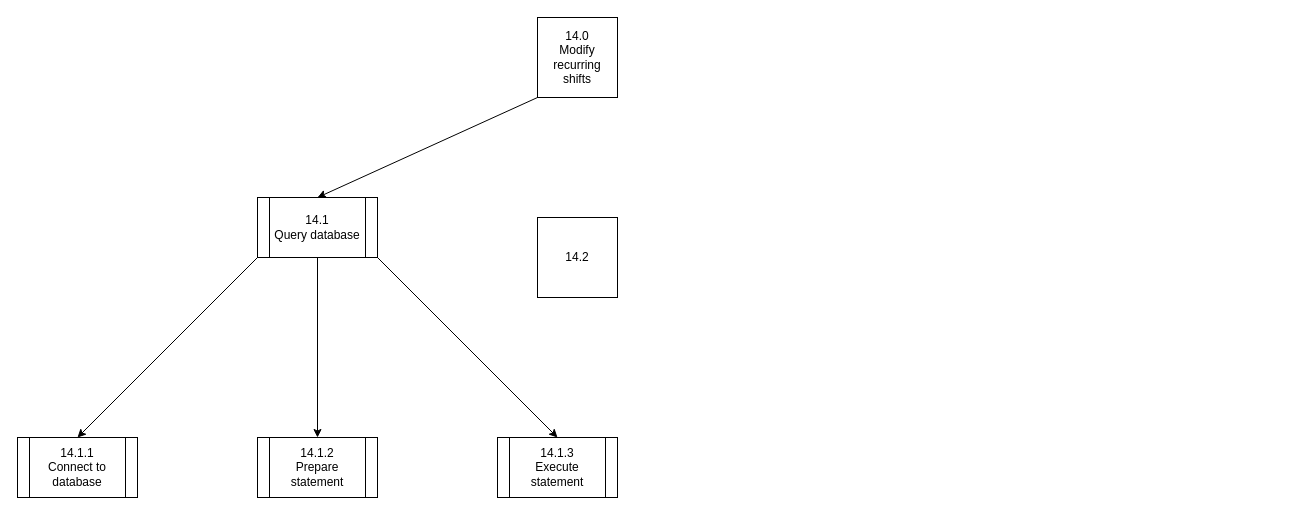
Harlento/SchedulingSystem keeps this draw.io diagram as Diagrams/StructureCharts/Proc14Struct.drawio. Above is the earlier version. Source tidied: cells renumbered, new cells numbered last; positions are measured from the earlier drawing's top-left corner, leaving out a move shared by most shapes. Both pictures are drawn from the tidied source at 100%, with x=0, y=0 at pixel (17, 17).
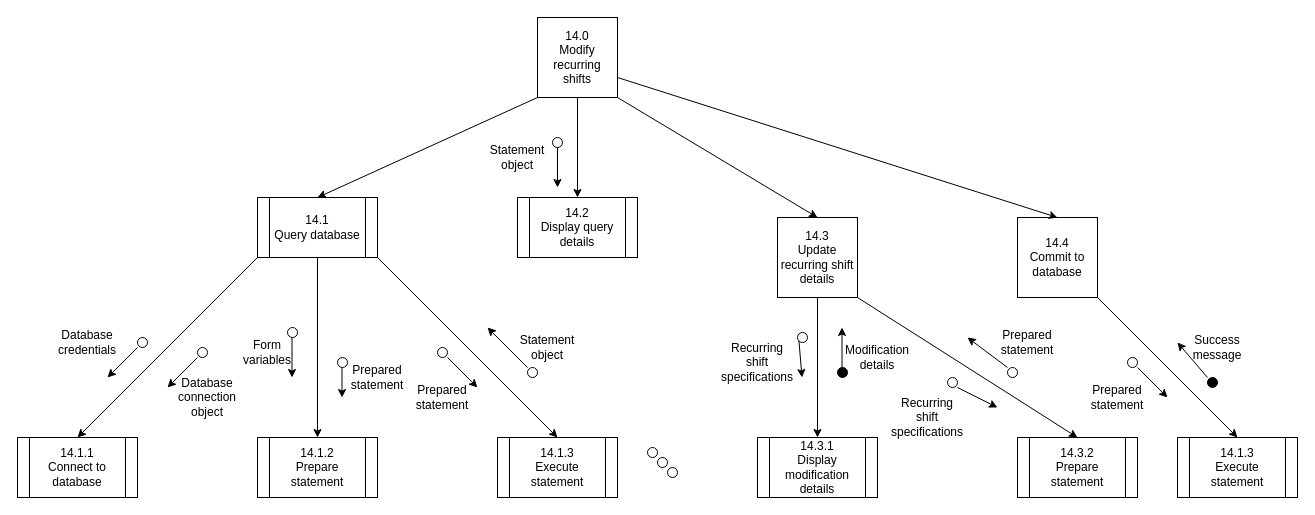
After the change.

Unchanged cells that the change refers to:
```xml
<mxCell id="2" value="14.0&lt;br&gt;Modify recurring shifts" style="whiteSpace=wrap;html=1;" parent="1" vertex="1">
  <mxGeometry x="520" width="80" height="80" as="geometry" />
</mxCell>
```

Change to the diagram source:
```diff
@@
-    <mxCell id="11" value="14.2" style="whiteSpace=wrap;html=1;" parent="1" vertex="1">
-      <mxGeometry x="520" y="200" width="80" height="80" as="geometry" />
-    </mxCell>
+    <mxCell id="12" value="14.2&lt;br&gt;Display query details" style="shape=process;whiteSpace=wrap;html=1;backgroundOutline=1;" parent="1" vertex="1">
+      <mxGeometry x="500" y="180" width="120" height="60" as="geometry" />
+    </mxCell>
+    <mxCell id="13" style="endArrow=classic;html=1;entryX=0.5;entryY=0;entryDx=0;entryDy=0;exitX=0.5;exitY=1;exitDx=0;exitDy=0;" parent="1" edge="1" source="2" target="12">
+      <mxGeometry relative="1" as="geometry" />
+    </mxCell>
+    <mxCell id="14" style="endArrow=classic;html=1;" parent="1" edge="1">
+      <mxGeometry relative="1" as="geometry">
+        <mxPoint x="120" y="330" as="sourcePoint" />
+        <mxPoint x="90" y="360" as="targetPoint" />
+      </mxGeometry>
+    </mxCell>
+    <mxCell id="15" style="endArrow=classic;html=1;" parent="1" edge="1">
+      <mxGeometry relative="1" as="geometry">
+        <mxPoint x="180" y="340" as="sourcePoint" />
+        <mxPoint x="150" y="370" as="targetPoint" />
+      </mxGeometry>
+    </mxCell>
+    <mxCell id="16" style="endArrow=classic;html=1;" parent="1" edge="1">
+      <mxGeometry relative="1" as="geometry">
+        <mxPoint x="274.5" y="320" as="sourcePoint" />
+        <mxPoint x="274.5" y="360" as="targetPoint" />
+      </mxGeometry>
+    </mxCell>
+    <mxCell id="17" style="endArrow=classic;html=1;" parent="1" edge="1">
+      <mxGeometry relative="1" as="geometry">
+        <mxPoint x="324.5" y="350" as="sourcePoint" />
+        <mxPoint x="324.5" y="380" as="targetPoint" />
+      </mxGeometry>
+    </mxCell>
+    <mxCell id="18" style="endArrow=classic;html=1;" parent="1" edge="1">
+      <mxGeometry relative="1" as="geometry">
+        <mxPoint x="430" y="340" as="sourcePoint" />
+        <mxPoint x="460" y="370" as="targetPoint" />
+      </mxGeometry>
+    </mxCell>
+    <mxCell id="19" style="endArrow=classic;html=1;" parent="1" edge="1">
+      <mxGeometry relative="1" as="geometry">
+        <mxPoint x="510" y="350" as="sourcePoint" />
+        <mxPoint x="470" y="310" as="targetPoint" />
+      </mxGeometry>
+    </mxCell>
+    <mxCell id="20" style="ellipse;whiteSpace=wrap;html=1;" parent="1" vertex="1">
+      <mxGeometry x="630" y="430" width="10" height="10" as="geometry" />
+    </mxCell>
+    <mxCell id="21" style="ellipse;whiteSpace=wrap;html=1;" parent="1" vertex="1">
+      <mxGeometry x="535" y="120" width="10" height="10" as="geometry" />
+    </mxCell>
+    <mxCell id="22" style="ellipse;whiteSpace=wrap;html=1;" parent="1" vertex="1">
+      <mxGeometry x="510" y="350" width="10" height="10" as="geometry" />
+    </mxCell>
+    <mxCell id="23" style="ellipse;whiteSpace=wrap;html=1;" parent="1" vertex="1">
+      <mxGeometry x="420" y="330" width="10" height="10" as="geometry" />
+    </mxCell>
+    <mxCell id="24" style="ellipse;whiteSpace=wrap;html=1;" parent="1" vertex="1">
+      <mxGeometry x="320" y="340" width="10" height="10" as="geometry" />
+    </mxCell>
+    <mxCell id="25" style="ellipse;whiteSpace=wrap;html=1;" parent="1" vertex="1">
+      <mxGeometry x="270" y="310" width="10" height="10" as="geometry" />
+    </mxCell>
+    <mxCell id="26" style="ellipse;whiteSpace=wrap;html=1;" parent="1" vertex="1">
+      <mxGeometry x="180" y="330" width="10" height="10" as="geometry" />
+    </mxCell>
+    <mxCell id="27" style="ellipse;whiteSpace=wrap;html=1;" parent="1" vertex="1">
+      <mxGeometry x="120" y="320" width="10" height="10" as="geometry" />
+    </mxCell>
+    <mxCell id="28" style="endArrow=classic;html=1;" parent="1" edge="1">
+      <mxGeometry relative="1" as="geometry">
+        <mxPoint x="540" y="130" as="sourcePoint" />
+        <mxPoint x="540" y="170" as="targetPoint" />
+      </mxGeometry>
+    </mxCell>
+    <mxCell id="29" value="Database credentials" style="text;html=1;strokeColor=none;fillColor=none;align=center;verticalAlign=middle;whiteSpace=wrap;rounded=0;" parent="1" vertex="1">
+      <mxGeometry x="50" y="315" width="40" height="20" as="geometry" />
+    </mxCell>
+    <mxCell id="30" value="Database connection object" style="text;html=1;strokeColor=none;fillColor=none;align=center;verticalAlign=middle;whiteSpace=wrap;rounded=0;" parent="1" vertex="1">
+      <mxGeometry x="170" y="370" width="40" height="20" as="geometry" />
+    </mxCell>
+    <mxCell id="31" value="Form variables" style="text;html=1;strokeColor=none;fillColor=none;align=center;verticalAlign=middle;whiteSpace=wrap;rounded=0;" parent="1" vertex="1">
+      <mxGeometry x="230" y="325" width="40" height="20" as="geometry" />
+    </mxCell>
+    <mxCell id="32" value="Prepared statement" style="text;html=1;strokeColor=none;fillColor=none;align=center;verticalAlign=middle;whiteSpace=wrap;rounded=0;" parent="1" vertex="1">
+      <mxGeometry x="340" y="350" width="40" height="20" as="geometry" />
+    </mxCell>
+    <mxCell id="33" value="Prepared statement" style="text;html=1;strokeColor=none;fillColor=none;align=center;verticalAlign=middle;whiteSpace=wrap;rounded=0;" parent="1" vertex="1">
+      <mxGeometry x="405" y="370" width="40" height="20" as="geometry" />
+    </mxCell>
+    <mxCell id="34" value="Statement object" style="text;html=1;strokeColor=none;fillColor=none;align=center;verticalAlign=middle;whiteSpace=wrap;rounded=0;" parent="1" vertex="1">
+      <mxGeometry x="510" y="320" width="40" height="20" as="geometry" />
+    </mxCell>
+    <mxCell id="35" value="Statement object" style="text;html=1;strokeColor=none;fillColor=none;align=center;verticalAlign=middle;whiteSpace=wrap;rounded=0;" parent="1" vertex="1">
+      <mxGeometry x="480" y="130" width="40" height="20" as="geometry" />
+    </mxCell>
+    <mxCell id="36" value="14.3&lt;br&gt;Update recurring shift details" style="whiteSpace=wrap;html=1;" parent="1" vertex="1">
+      <mxGeometry x="760" y="200" width="80" height="80" as="geometry" />
+    </mxCell>
+    <mxCell id="37" style="endArrow=classic;html=1;exitX=1;exitY=1;exitDx=0;exitDy=0;entryX=0.5;entryY=0;entryDx=0;entryDy=0;" parent="1" edge="1" source="2" target="36">
+      <mxGeometry relative="1" as="geometry" />
+    </mxCell>
+    <mxCell id="38" style="endArrow=classic;html=1;exitX=0;exitY=1;exitDx=0;exitDy=0;" parent="1" edge="1" source="47">
+      <mxGeometry relative="1" as="geometry">
+        <mxPoint x="784.5" y="360" as="targetPoint" />
+      </mxGeometry>
+    </mxCell>
+    <mxCell id="39" style="endArrow=classic;html=1;" parent="1" edge="1">
+      <mxGeometry relative="1" as="geometry">
+        <mxPoint x="824.5" y="350" as="sourcePoint" />
+        <mxPoint x="824.5" y="310" as="targetPoint" />
+      </mxGeometry>
+    </mxCell>
+    <mxCell id="40" style="ellipse;whiteSpace=wrap;html=1;" parent="1" vertex="1">
+      <mxGeometry x="640" y="440" width="10" height="10" as="geometry" />
+    </mxCell>
+    <mxCell id="41" style="ellipse;whiteSpace=wrap;html=1;" parent="1" vertex="1">
+      <mxGeometry x="650" y="450" width="10" height="10" as="geometry" />
+    </mxCell>
+    <mxCell id="42" style="ellipse;whiteSpace=wrap;html=1;" parent="1" vertex="1">
+      <mxGeometry x="990" y="350" width="10" height="10" as="geometry" />
+    </mxCell>
+    <mxCell id="43" style="ellipse;whiteSpace=wrap;html=1;" parent="1" vertex="1">
+      <mxGeometry x="930" y="360" width="10" height="10" as="geometry" />
+    </mxCell>
+    <mxCell id="44" style="ellipse;whiteSpace=wrap;html=1;" parent="1" vertex="1">
+      <mxGeometry x="1110" y="340" width="10" height="10" as="geometry" />
+    </mxCell>
+    <mxCell id="45" style="ellipse;whiteSpace=wrap;html=1;fillColor=#000000;" parent="1" vertex="1">
+      <mxGeometry x="1190" y="360" width="10" height="10" as="geometry" />
+    </mxCell>
+    <mxCell id="46" style="ellipse;whiteSpace=wrap;html=1;fillColor=#000000;" parent="1" vertex="1">
+      <mxGeometry x="820" y="350" width="10" height="10" as="geometry" />
+    </mxCell>
+    <mxCell id="47" style="ellipse;whiteSpace=wrap;html=1;" parent="1" vertex="1">
+      <mxGeometry x="780" y="315" width="10" height="10" as="geometry" />
+    </mxCell>
+    <mxCell id="48" style="endArrow=classic;html=1;entryX=0.5;entryY=0;entryDx=0;entryDy=0;exitX=0.5;exitY=1;exitDx=0;exitDy=0;" parent="1" edge="1" source="36" target="51">
+      <mxGeometry relative="1" as="geometry" />
+    </mxCell>
+    <mxCell id="49" value="Recurring shift specifications" style="text;html=1;strokeColor=none;fillColor=none;align=center;verticalAlign=middle;whiteSpace=wrap;rounded=0;" parent="1" vertex="1">
+      <mxGeometry x="720" y="335" width="40" height="20" as="geometry" />
+    </mxCell>
+    <mxCell id="50" value="Modification details" style="text;html=1;strokeColor=none;fillColor=none;align=center;verticalAlign=middle;whiteSpace=wrap;rounded=0;" parent="1" vertex="1">
+      <mxGeometry x="840" y="330" width="40" height="20" as="geometry" />
+    </mxCell>
+    <mxCell id="51" value="14.3.1&lt;br&gt;Display modification details" style="shape=process;whiteSpace=wrap;html=1;backgroundOutline=1;fillColor=#FFFFFF;" parent="1" vertex="1">
+      <mxGeometry x="740" y="420" width="120" height="60" as="geometry" />
+    </mxCell>
+    <mxCell id="52" value="14.4&lt;br&gt;Commit to database" style="whiteSpace=wrap;html=1;" parent="1" vertex="1">
+      <mxGeometry x="1000" y="200" width="80" height="80" as="geometry" />
+    </mxCell>
+    <mxCell id="53" style="endArrow=classic;html=1;exitX=1;exitY=0.75;exitDx=0;exitDy=0;entryX=0.5;entryY=0;entryDx=0;entryDy=0;" parent="1" edge="1" source="2" target="52">
+      <mxGeometry relative="1" as="geometry" />
+    </mxCell>
+    <mxCell id="54" style="endArrow=classic;html=1;" parent="1" edge="1">
+      <mxGeometry relative="1" as="geometry">
+        <mxPoint x="1120" y="350" as="sourcePoint" />
+        <mxPoint x="1150" y="380" as="targetPoint" />
+      </mxGeometry>
+    </mxCell>
+    <mxCell id="55" style="endArrow=classic;html=1;" parent="1" edge="1">
+      <mxGeometry relative="1" as="geometry">
+        <mxPoint x="1190" y="360" as="sourcePoint" />
+        <mxPoint x="1160" y="325" as="targetPoint" />
+      </mxGeometry>
+    </mxCell>
+    <mxCell id="56" value="14.3.2&lt;br&gt;Prepare statement" style="shape=process;whiteSpace=wrap;html=1;backgroundOutline=1;" parent="1" vertex="1">
+      <mxGeometry x="1000" y="420" width="120" height="60" as="geometry" />
+    </mxCell>
+    <mxCell id="57" style="endArrow=classic;html=1;entryX=0.5;entryY=0;entryDx=0;entryDy=0;exitX=1;exitY=1;exitDx=0;exitDy=0;" parent="1" edge="1" source="36" target="56">
+      <mxGeometry relative="1" as="geometry" />
+    </mxCell>
+    <mxCell id="58" style="endArrow=classic;html=1;" parent="1" edge="1">
+      <mxGeometry relative="1" as="geometry">
+        <mxPoint x="940" y="370" as="sourcePoint" />
+        <mxPoint x="980" y="390" as="targetPoint" />
+      </mxGeometry>
+    </mxCell>
+    <mxCell id="59" style="endArrow=classic;html=1;" parent="1" edge="1">
+      <mxGeometry relative="1" as="geometry">
+        <mxPoint x="990" y="350" as="sourcePoint" />
+        <mxPoint x="950" y="320" as="targetPoint" />
+      </mxGeometry>
+    </mxCell>
+    <mxCell id="60" value="Prepared statement" style="text;html=1;strokeColor=none;fillColor=none;align=center;verticalAlign=middle;whiteSpace=wrap;rounded=0;" parent="1" vertex="1">
+      <mxGeometry x="990" y="315" width="40" height="20" as="geometry" />
+    </mxCell>
+    <mxCell id="61" value="Recurring shift specifications" style="text;html=1;strokeColor=none;fillColor=none;align=center;verticalAlign=middle;whiteSpace=wrap;rounded=0;" parent="1" vertex="1">
+      <mxGeometry x="890" y="390" width="40" height="20" as="geometry" />
+    </mxCell>
+    <mxCell id="62" value="Success message" style="text;html=1;strokeColor=none;fillColor=none;align=center;verticalAlign=middle;whiteSpace=wrap;rounded=0;" parent="1" vertex="1">
+      <mxGeometry x="1180" y="320" width="40" height="20" as="geometry" />
+    </mxCell>
+    <mxCell id="63" value="Prepared statement" style="text;html=1;strokeColor=none;fillColor=none;align=center;verticalAlign=middle;whiteSpace=wrap;rounded=0;" parent="1" vertex="1">
+      <mxGeometry x="1080" y="370" width="40" height="20" as="geometry" />
+    </mxCell>
+    <mxCell id="64" value="&lt;span style=&quot;white-space: normal&quot;&gt;14.1.3&lt;/span&gt;&lt;br style=&quot;white-space: normal&quot;&gt;&lt;span style=&quot;white-space: normal&quot;&gt;Execute statement&lt;/span&gt;" style="shape=process;whiteSpace=wrap;html=1;backgroundOutline=1;fillColor=#FFFFFF;" parent="1" vertex="1">
+      <mxGeometry x="1160" y="420" width="120" height="60" as="geometry" />
+    </mxCell>
+    <mxCell id="65" style="endArrow=classic;html=1;entryX=0.5;entryY=0;entryDx=0;entryDy=0;exitX=1;exitY=1;exitDx=0;exitDy=0;" parent="1" edge="1" source="52" target="64">
+      <mxGeometry relative="1" as="geometry" />
+    </mxCell>
```
